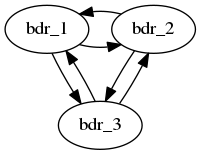
EnterpriseDB/tpa keeps this Graphviz diagram as docs/images/bdr-simple.png. Above is the earlier version. Its source is kept beside it as docs/images/bdr-simple.dot.
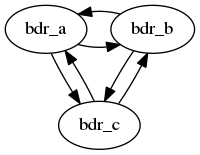
The same diagram one commit later.

Commit message:
Explain version selection in BDR-Simple

Also rename the nodes to avoid confusion between bdr_2 and BDRv2.

Change to the diagram source:
```diff
@@ -1,10 +1,10 @@
 digraph BDR_Simple {
-    bdr_1 -> bdr_2;
-    bdr_1 -> bdr_3;
-    bdr_2 -> bdr_1;
-    bdr_2 -> bdr_3;
-    bdr_3 -> bdr_1;
-    bdr_3 -> bdr_2;
+    bdr_a -> bdr_b;
+    bdr_a -> bdr_c;
+    bdr_b -> bdr_a;
+    bdr_b -> bdr_c;
+    bdr_c -> bdr_a;
+    bdr_c -> bdr_b;
 
-    { rank=same; bdr_1 bdr_2 }
+    { rank=same; bdr_a bdr_b }
 }
```
